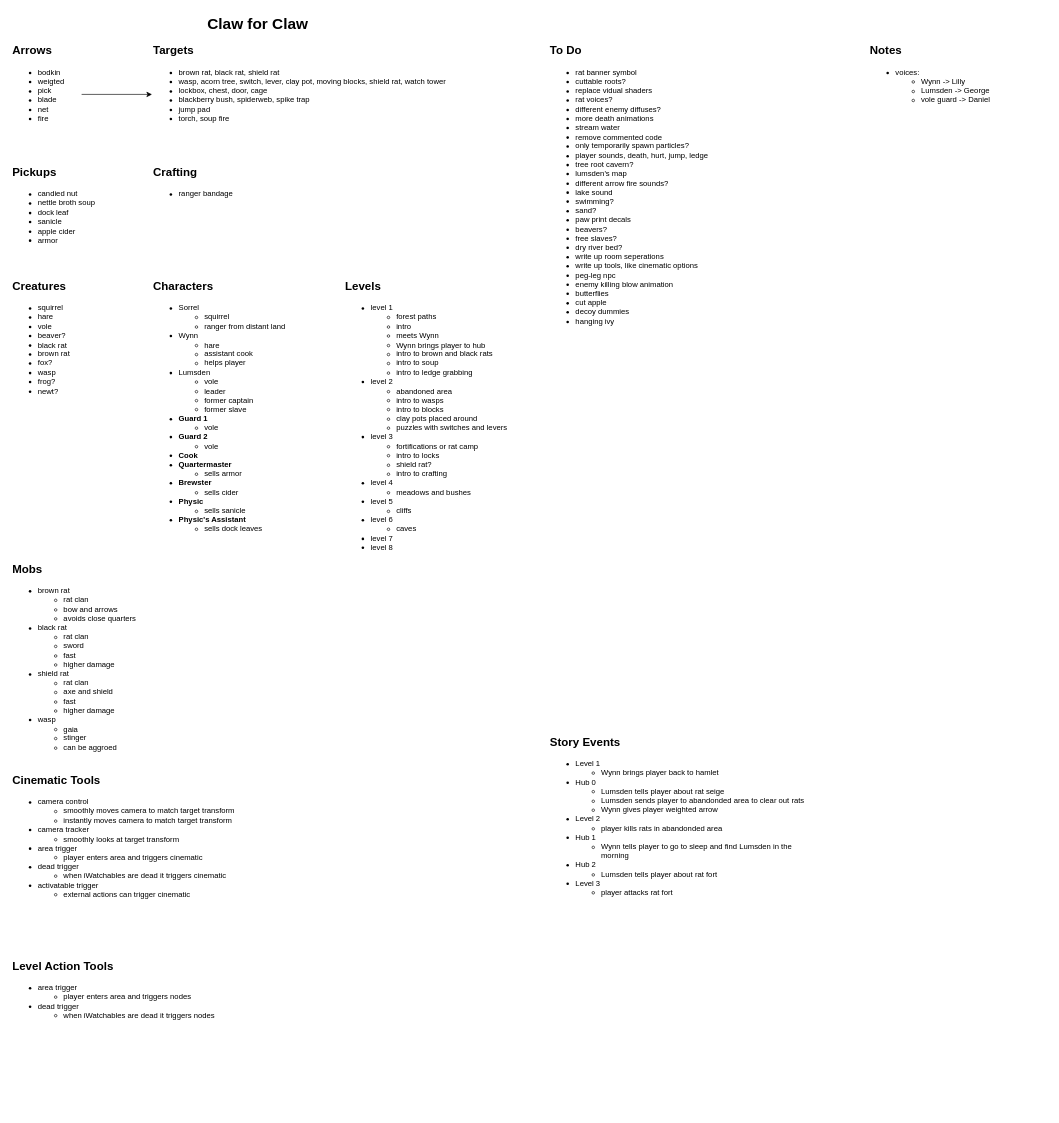
Above: Planning/design-doc.drawio in camerondedore/Godot-Project-3 (draw.io), before the change. Source tidied: cells renumbered, new cells numbered last; positions are measured from the earlier drawing's top-left corner, leaving out a move shared by most shapes. Both pictures are drawn from the tidied source at 64%, with x=0, y=0 at pixel (11, 11).
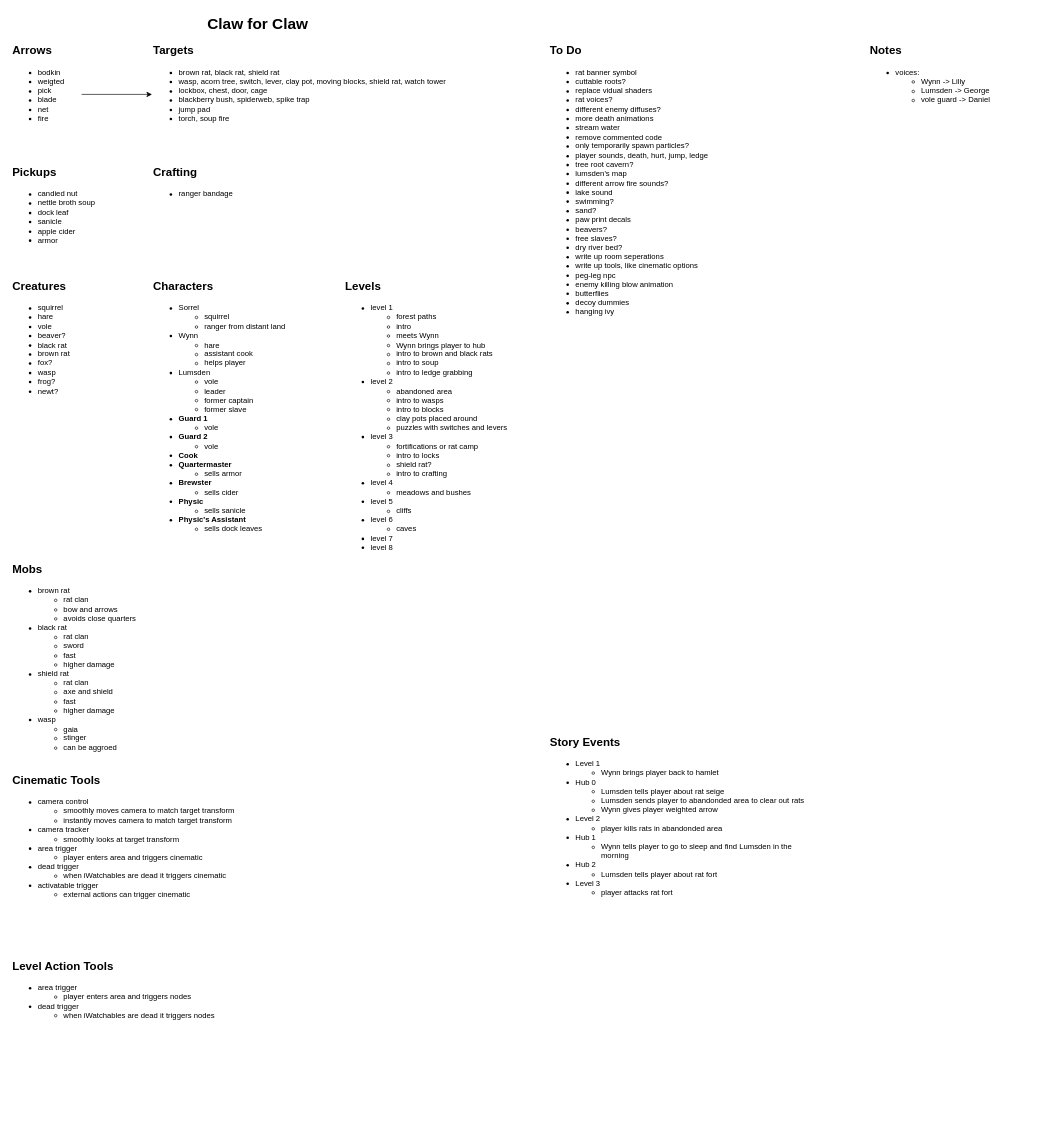
The same diagram, later.

Commit message (it also covers changes not shown here):
adding apple half and slice

Change to the diagram source:
```diff
@@
-    <mxCell id="19" value="&lt;ul&gt;&lt;li&gt;rat banner symbol&lt;/li&gt;&lt;li&gt;cuttable roots?&lt;/li&gt;&lt;li&gt;replace vidual shaders&lt;/li&gt;&lt;li&gt;rat voices?&lt;/li&gt;&lt;li&gt;different enemy diffuses?&lt;/li&gt;&lt;li&gt;more death animations&lt;/li&gt;&lt;li&gt;&lt;span style=&quot;background-color: transparent; color: light-dark(rgb(0, 0, 0), rgb(255, 255, 255));&quot;&gt;stream water&lt;/span&gt;&lt;br&gt;&lt;/li&gt;&lt;li&gt;remove commented code&lt;/li&gt;&lt;li&gt;only temporarily spawn particles?&lt;/li&gt;&lt;li&gt;player sounds, death, hurt, jump, ledge&lt;/li&gt;&lt;li&gt;tree root cavern?&lt;/li&gt;&lt;li&gt;lumsden's map&lt;/li&gt;&lt;li&gt;different arrow fire sounds?&lt;/li&gt;&lt;li&gt;lake sound&lt;/li&gt;&lt;li&gt;swimming?&lt;/li&gt;&lt;li&gt;sand?&lt;/li&gt;&lt;li&gt;paw print decals&lt;/li&gt;&lt;li&gt;beavers?&lt;/li&gt;&lt;li&gt;free slaves?&lt;/li&gt;&lt;li&gt;dry river bed?&lt;/li&gt;&lt;li&gt;write up room seperations&lt;/li&gt;&lt;li&gt;write up tools, like cinematic options&lt;/li&gt;&lt;li&gt;peg-leg npc&lt;/li&gt;&lt;li&gt;enemy killing blow animation&lt;/li&gt;&lt;li&gt;butterflies&lt;/li&gt;&lt;li&gt;cut apple&lt;/li&gt;&lt;li&gt;&lt;span style=&quot;background-color: transparent; color: light-dark(rgb(0, 0, 0), rgb(255, 255, 255));&quot;&gt;decoy dummies&lt;/span&gt;&lt;br&gt;&lt;/li&gt;&lt;li&gt;hanging ivy&lt;/li&gt;&lt;/ul&gt;" style="text;html=1;align=left;verticalAlign=top;whiteSpace=wrap;rounded=0;" parent="1" vertex="1">
+    <mxCell id="19" value="&lt;ul&gt;&lt;li&gt;rat banner symbol&lt;/li&gt;&lt;li&gt;cuttable roots?&lt;/li&gt;&lt;li&gt;replace vidual shaders&lt;/li&gt;&lt;li&gt;rat voices?&lt;/li&gt;&lt;li&gt;different enemy diffuses?&lt;/li&gt;&lt;li&gt;more death animations&lt;/li&gt;&lt;li&gt;&lt;span style=&quot;background-color: transparent; color: light-dark(rgb(0, 0, 0), rgb(255, 255, 255));&quot;&gt;stream water&lt;/span&gt;&lt;br&gt;&lt;/li&gt;&lt;li&gt;remove commented code&lt;/li&gt;&lt;li&gt;only temporarily spawn particles?&lt;/li&gt;&lt;li&gt;player sounds, death, hurt, jump, ledge&lt;/li&gt;&lt;li&gt;tree root cavern?&lt;/li&gt;&lt;li&gt;lumsden's map&lt;/li&gt;&lt;li&gt;different arrow fire sounds?&lt;/li&gt;&lt;li&gt;lake sound&lt;/li&gt;&lt;li&gt;swimming?&lt;/li&gt;&lt;li&gt;sand?&lt;/li&gt;&lt;li&gt;paw print decals&lt;/li&gt;&lt;li&gt;beavers?&lt;/li&gt;&lt;li&gt;free slaves?&lt;/li&gt;&lt;li&gt;dry river bed?&lt;/li&gt;&lt;li&gt;write up room seperations&lt;/li&gt;&lt;li&gt;write up tools, like cinematic options&lt;/li&gt;&lt;li&gt;peg-leg npc&lt;/li&gt;&lt;li&gt;enemy killing blow animation&lt;/li&gt;&lt;li&gt;butterflies&lt;/li&gt;&lt;li&gt;&lt;span style=&quot;background-color: transparent; color: light-dark(rgb(0, 0, 0), rgb(255, 255, 255));&quot;&gt;decoy dummies&lt;/span&gt;&lt;br&gt;&lt;/li&gt;&lt;li&gt;hanging ivy&lt;/li&gt;&lt;/ul&gt;" style="text;html=1;align=left;verticalAlign=top;whiteSpace=wrap;rounded=0;" parent="1" vertex="1">
       <mxGeometry x="840" y="70" width="280" height="440" as="geometry" />
     </mxCell>
```
